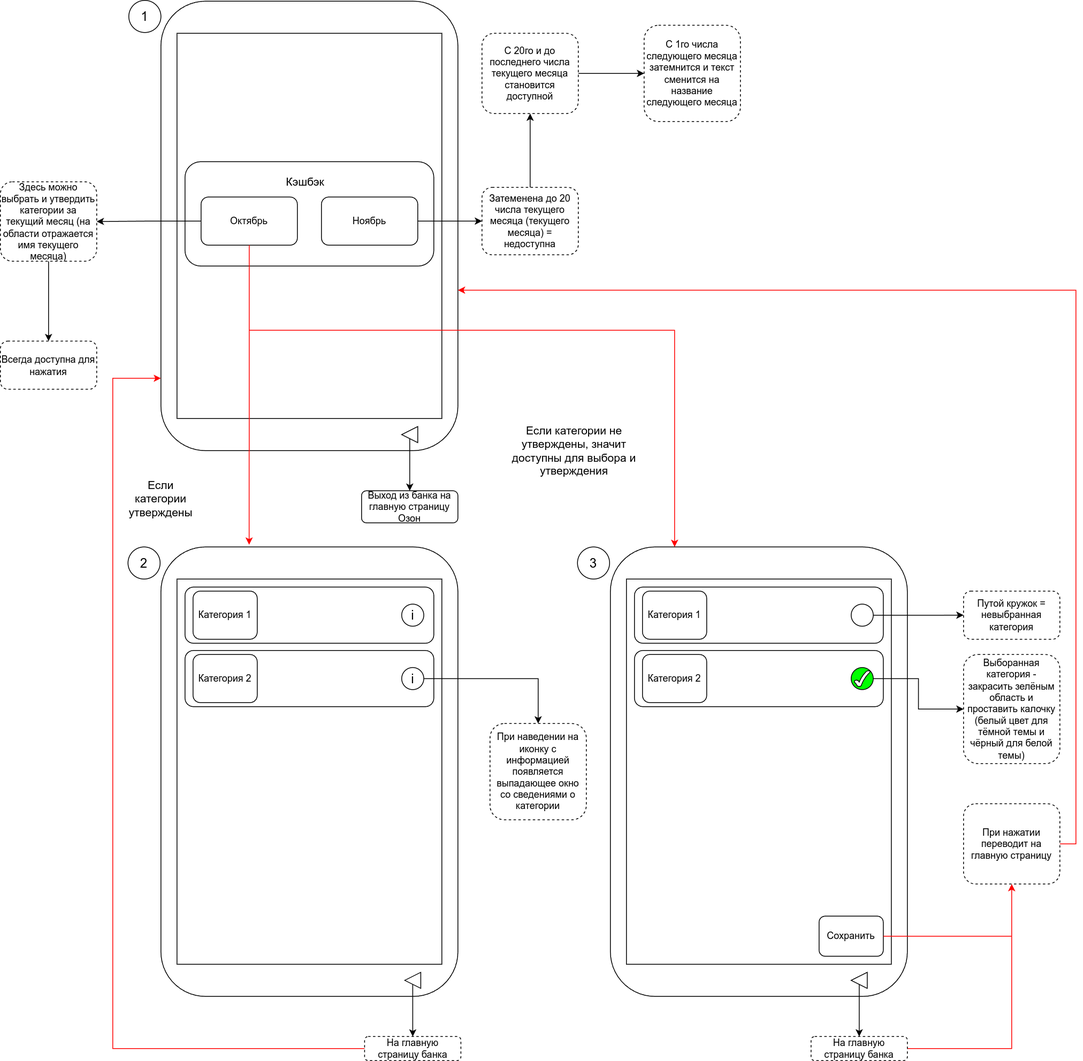
Before: Stanley_Kudrow/ex02/Ozon_next_month_cashback_feature_mobile_app.drawio.png, a diagram exported from draw.io (abdullahproff/BSA21_1). Source tidied: cells renumbered, new cells last; positions are measured from the earlier drawing's top-left corner, leaving out a move shared by most shapes.
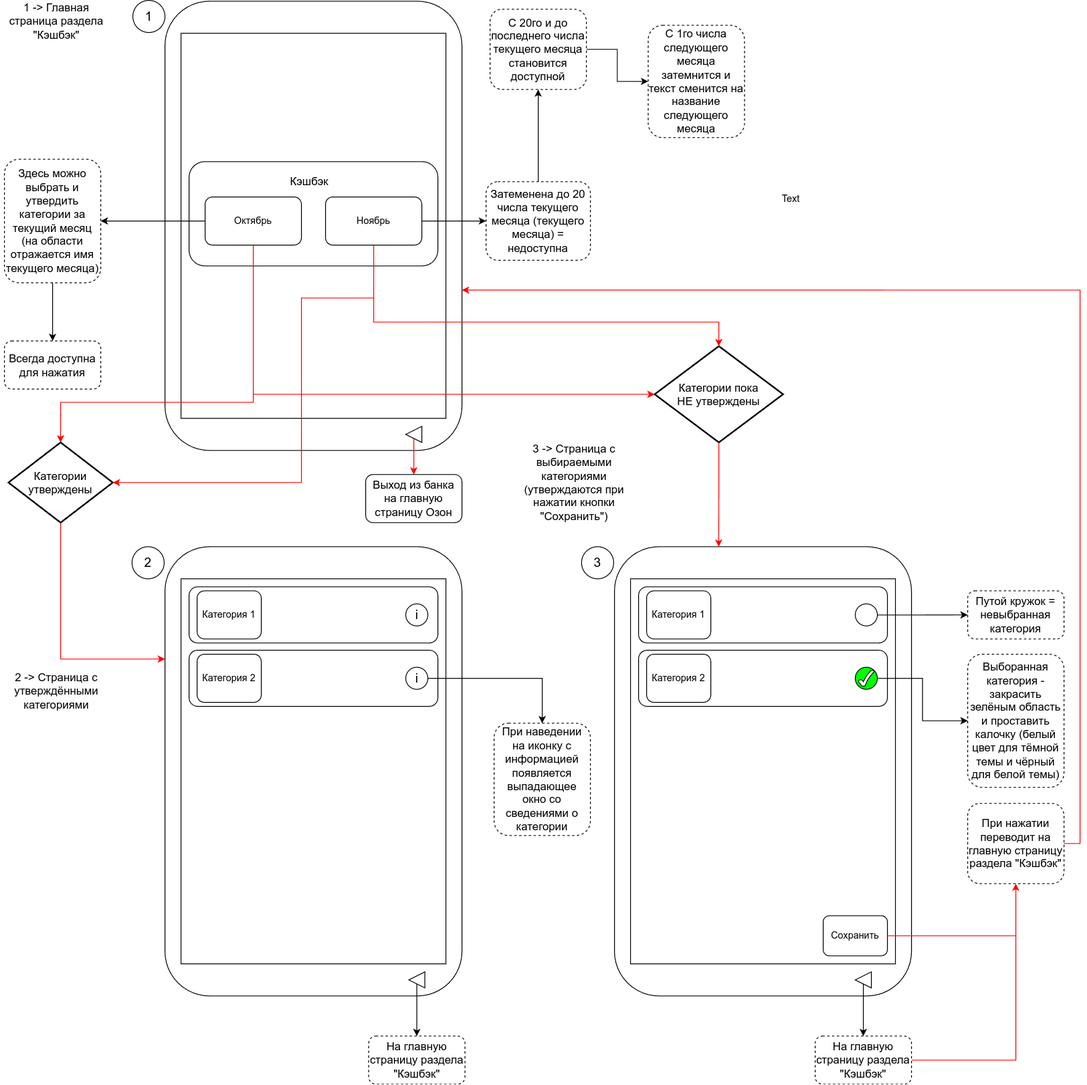
After the commit.

Diff of the diagram source:
```diff
@@ -29,8 +29,8 @@
     <mxCell id="10" style="edgeStyle=orthogonalEdgeStyle;rounded=0;jettySize=auto;html=1;" parent="1" edge="1" source="11" target="26">
       <mxGeometry relative="1" as="geometry" />
     </mxCell>
-    <mxCell id="11" value="Здесь можно выбрать и утвердить категории за текущий месяц (на области отражается имя текущего месяца)" style="rounded=1;whiteSpace=wrap;html=1;dashed=1;" parent="1" vertex="1">
-      <mxGeometry y="226" width="120" height="99" as="geometry" />
+    <mxCell id="11" value="&lt;font style=&quot;font-size: 14px;&quot;&gt;Здесь можно выбрать и утвердить категории за текущий месяц (на области отражается имя текущего месяца)&lt;/font&gt;" style="rounded=1;whiteSpace=wrap;html=1;dashed=1;" parent="1" vertex="1">
+      <mxGeometry y="198" width="120" height="154" as="geometry" />
     </mxCell>
     <mxCell id="12" style="edgeStyle=orthogonalEdgeStyle;rounded=0;jettySize=auto;html=1;" parent="1" edge="1" source="6" target="11">
       <mxGeometry relative="1" as="geometry" />
@@ -38,8 +38,8 @@
     <mxCell id="13" style="edgeStyle=orthogonalEdgeStyle;rounded=0;jettySize=auto;html=1;" parent="1" edge="1" source="14" target="44">
       <mxGeometry relative="1" as="geometry" />
     </mxCell>
-    <mxCell id="14" value="Затеменена до 20 числа текущего месяца (текущего месяца) = недоступна" style="whiteSpace=wrap;html=1;rounded=1;dashed=1;" parent="1" vertex="1">
-      <mxGeometry x="600" y="233" width="120" height="84" as="geometry" />
+    <mxCell id="14" value="&lt;font style=&quot;font-size: 14px;&quot;&gt;Затеменена до 20 числа текущего месяца (текущего месяца) = недоступна&lt;/font&gt;" style="whiteSpace=wrap;html=1;rounded=1;dashed=1;" parent="1" vertex="1">
+      <mxGeometry x="600" y="226" width="130" height="98" as="geometry" />
     </mxCell>
     <mxCell id="15" style="edgeStyle=orthogonalEdgeStyle;rounded=0;jettySize=auto;html=1;" parent="1" edge="1" source="7" target="14">
       <mxGeometry relative="1" as="geometry" />
@@ -74,7 +74,7 @@
     <mxCell id="25" style="triangle;whiteSpace=wrap;html=1;rotation=-180;" parent="16" vertex="1">
       <mxGeometry x="303.8" y="530" width="20" height="20" as="geometry" />
     </mxCell>
-    <mxCell id="26" value="Всегда доступна для нажатия" style="whiteSpace=wrap;html=1;rounded=1;dashed=1;" parent="1" vertex="1">
+    <mxCell id="26" value="&lt;font style=&quot;font-size: 14px;&quot;&gt;Всегда доступна для нажатия&lt;/font&gt;" style="whiteSpace=wrap;html=1;rounded=1;dashed=1;" parent="1" vertex="1">
       <mxGeometry y="424.5" width="120" height="60" as="geometry" />
     </mxCell>
     <mxCell id="27" style="group;" parent="1" vertex="1">
@@ -113,47 +113,28 @@
     <mxCell id="38" style="triangle;whiteSpace=wrap;html=1;rotation=-180;" parent="27" vertex="1">
       <mxGeometry x="300" y="530" width="20" height="20" as="geometry" />
     </mxCell>
-    <mxCell id="39" style="edgeStyle=orthogonalEdgeStyle;rounded=0;jettySize=auto;html=1;exitX=0.5;exitY=1;exitDx=0;exitDy=0;entryX=0.297;entryY=-0.005;entryDx=0;entryDy=0;entryPerimeter=0;strokeColor=#FF0000;" parent="1" edge="1" source="6" target="17">
-      <mxGeometry relative="1" as="geometry" />
-    </mxCell>
-    <mxCell id="40" style="edgeStyle=orthogonalEdgeStyle;rounded=0;jettySize=auto;html=1;strokeColor=#FF0000;" parent="1" edge="1" source="6">
-      <mxGeometry relative="1" as="geometry">
-        <mxPoint x="840" y="681" as="targetPoint" />
-        <Array as="points">
-          <mxPoint x="310" y="411" />
-          <mxPoint x="840" y="411" />
-          <mxPoint x="840" y="681" />
-        </Array>
-      </mxGeometry>
-    </mxCell>
-    <mxCell id="41" value="&lt;font style=&quot;font-size: 14px;&quot;&gt;Если категории утверждены&lt;/font&gt;" style="text;html=1;align=center;verticalAlign=middle;whiteSpace=wrap;rounded=0;" parent="1" vertex="1">
-      <mxGeometry x="160" y="601" width="80" height="40" as="geometry" />
-    </mxCell>
-    <mxCell id="42" value="&lt;font style=&quot;font-size: 14px;&quot;&gt;Если категории не утверждены, значит доступны для выбора и утверждения&lt;/font&gt;" style="text;html=1;align=center;verticalAlign=middle;whiteSpace=wrap;rounded=0;" parent="1" vertex="1">
-      <mxGeometry x="630" y="521" width="170" height="80" as="geometry" />
-    </mxCell>
     <mxCell id="43" style="edgeStyle=orthogonalEdgeStyle;rounded=0;jettySize=auto;html=1;" parent="1" edge="1" source="44" target="45">
       <mxGeometry relative="1" as="geometry" />
     </mxCell>
-    <mxCell id="44" value="С 20го и до последнего числа текущего месяца становится доступной" style="whiteSpace=wrap;html=1;rounded=1;dashed=1;" parent="1" vertex="1">
-      <mxGeometry x="600" y="41" width="120" height="100" as="geometry" />
+    <mxCell id="44" value="&lt;font style=&quot;font-size: 14px;&quot;&gt;С 20го и до последнего числа текущего месяца становится доступной&lt;/font&gt;" style="whiteSpace=wrap;html=1;rounded=1;dashed=1;" parent="1" vertex="1">
+      <mxGeometry x="605" y="11" width="120" height="100" as="geometry" />
     </mxCell>
-    <mxCell id="45" value="С 1го числа следующего месяца затемнится и текст сменится на название следующего месяца" style="whiteSpace=wrap;html=1;rounded=1;dashed=1;" parent="1" vertex="1">
-      <mxGeometry x="802" y="31" width="120" height="120" as="geometry" />
+    <mxCell id="45" value="&lt;font style=&quot;font-size: 14px;&quot;&gt;С 1го числа следующего месяца затемнится и текст сменится на название следующего месяца&lt;/font&gt;" style="whiteSpace=wrap;html=1;rounded=1;dashed=1;" parent="1" vertex="1">
+      <mxGeometry x="802" y="31" width="120" height="140" as="geometry" />
     </mxCell>
-    <mxCell id="46" value="Путой кружок = невыбранная категория" style="rounded=1;whiteSpace=wrap;html=1;dashed=1;" parent="1" vertex="1">
+    <mxCell id="46" value="&lt;font style=&quot;font-size: 14px;&quot;&gt;Путой кружок = невыбранная категория&lt;/font&gt;" style="rounded=1;whiteSpace=wrap;html=1;dashed=1;" parent="1" vertex="1">
       <mxGeometry x="1200" y="736" width="120" height="60" as="geometry" />
     </mxCell>
     <mxCell id="47" style="edgeStyle=orthogonalEdgeStyle;rounded=0;jettySize=auto;html=1;strokeColor=#000000;" parent="1" edge="1" source="32" target="46">
       <mxGeometry relative="1" as="geometry" />
     </mxCell>
-    <mxCell id="48" value="Выборанная категория - закрасить зелёным область и проставить калочку (белый цвет для тёмной темы и чёрный для белой темы)" style="rounded=1;whiteSpace=wrap;html=1;fillColor=#FFFFFF;dashed=1;" parent="1" vertex="1">
-      <mxGeometry x="1200" y="815" width="120" height="136" as="geometry" />
+    <mxCell id="48" value="&lt;font style=&quot;font-size: 14px;&quot;&gt;Выборанная категория - закрасить зелёным область и проставить калочку (белый цвет для тёмной темы и чёрный для белой темы)&lt;/font&gt;" style="rounded=1;whiteSpace=wrap;html=1;fillColor=#FFFFFF;dashed=1;" parent="1" vertex="1">
+      <mxGeometry x="1200" y="815" width="120" height="166" as="geometry" />
     </mxCell>
     <mxCell id="49" style="edgeStyle=orthogonalEdgeStyle;rounded=0;jettySize=auto;html=1;strokeColor=#000000;" parent="1" edge="1" source="35" target="48">
       <mxGeometry relative="1" as="geometry" />
     </mxCell>
-    <mxCell id="50" value="При нажатии переводит на главную страницу" style="rounded=1;whiteSpace=wrap;html=1;dashed=1;" parent="1" vertex="1">
+    <mxCell id="50" value="&lt;font style=&quot;font-size: 14px;&quot;&gt;При нажатии переводит на главную страницу раздела &quot;Кэшбэк&quot;&lt;/font&gt;" style="rounded=1;whiteSpace=wrap;html=1;dashed=1;" parent="1" vertex="1">
       <mxGeometry x="1200" y="1001" width="120" height="100" as="geometry" />
     </mxCell>
     <mxCell id="51" style="edgeStyle=orthogonalEdgeStyle;rounded=0;jettySize=auto;html=1;strokeColor=#FF0000;" parent="1" edge="1" source="36" target="50">
@@ -162,8 +143,8 @@
     <mxCell id="52" value="&lt;font size=&quot;3&quot;&gt;1&lt;/font&gt;" style="ellipse;whiteSpace=wrap;html=1;" parent="1" vertex="1">
       <mxGeometry x="160" width="40" height="40" as="geometry" />
     </mxCell>
-    <mxCell id="53" value="При наведении на иконку с информацией появляется выпадающее окно со сведениями о категории" style="rounded=1;whiteSpace=wrap;html=1;dashed=1;" parent="1" vertex="1">
-      <mxGeometry x="610" y="901" width="120" height="120" as="geometry" />
+    <mxCell id="53" value="&lt;font style=&quot;font-size: 14px;&quot;&gt;При наведении на иконку с информацией появляется выпадающее окно со сведениями о категории&lt;/font&gt;" style="rounded=1;whiteSpace=wrap;html=1;dashed=1;" parent="1" vertex="1">
+      <mxGeometry x="610" y="901" width="120" height="140" as="geometry" />
     </mxCell>
     <mxCell id="54" style="edgeStyle=orthogonalEdgeStyle;rounded=0;jettySize=auto;html=1;strokeColor=#000000;" parent="1" edge="1" source="24" target="53">
       <mxGeometry relative="1" as="geometry" />
@@ -177,14 +158,14 @@
     <mxCell id="57" style="edgeStyle=orthogonalEdgeStyle;rounded=0;jettySize=auto;html=1;exitX=1;exitY=0.5;exitDx=0;exitDy=0;entryX=1;entryY=0.643;entryDx=0;entryDy=0;entryPerimeter=0;strokeColor=#FF0000;" parent="1" edge="1" source="50" target="3">
       <mxGeometry relative="1" as="geometry" />
     </mxCell>
-    <mxCell id="58" value="Выход из банка на главную страницу Озон" style="rounded=1;whiteSpace=wrap;html=1;" parent="1" vertex="1">
-      <mxGeometry x="450" y="611" width="120" height="40" as="geometry" />
+    <mxCell id="58" value="&lt;font style=&quot;font-size: 14px;&quot;&gt;Выход из банка на главную страницу Озон&lt;/font&gt;" style="rounded=1;whiteSpace=wrap;html=1;" parent="1" vertex="1">
+      <mxGeometry x="450" y="591" width="120" height="60" as="geometry" />
     </mxCell>
-    <mxCell id="59" style="edgeStyle=orthogonalEdgeStyle;rounded=0;jettySize=auto;html=1;strokeColor=#000000;" parent="1" edge="1" source="9" target="58">
+    <mxCell id="59" style="edgeStyle=orthogonalEdgeStyle;rounded=0;jettySize=auto;html=1;strokeColor=#FF0000;" parent="1" edge="1" source="9" target="58">
       <mxGeometry relative="1" as="geometry" />
     </mxCell>
-    <mxCell id="60" value="На главную страницу банка" style="rounded=1;whiteSpace=wrap;html=1;dashed=1;" parent="1" vertex="1">
-      <mxGeometry x="453.8" y="1291" width="120" height="30" as="geometry" />
+    <mxCell id="60" value="&lt;font style=&quot;font-size: 14px;&quot;&gt;На главную страницу раздела &quot;Кэшбэк&quot;&lt;/font&gt;" style="rounded=1;whiteSpace=wrap;html=1;dashed=1;" parent="1" vertex="1">
+      <mxGeometry x="453.8" y="1291" width="120" height="60" as="geometry" />
     </mxCell>
     <mxCell id="61" style="edgeStyle=orthogonalEdgeStyle;rounded=0;jettySize=auto;html=1;strokeColor=#000000;" parent="1" edge="1" source="25" target="60">
       <mxGeometry relative="1" as="geometry" />
@@ -192,19 +173,63 @@
     <mxCell id="62" style="edgeStyle=orthogonalEdgeStyle;rounded=0;jettySize=auto;html=1;exitX=1;exitY=0.5;exitDx=0;exitDy=0;entryX=0.5;entryY=1;entryDx=0;entryDy=0;strokeColor=#FF0000;" parent="1" edge="1" source="63" target="50">
       <mxGeometry relative="1" as="geometry" />
     </mxCell>
-    <mxCell id="63" value="На главную страницу банка" style="rounded=1;whiteSpace=wrap;html=1;dashed=1;" parent="1" vertex="1">
-      <mxGeometry x="1010" y="1291" width="120" height="30" as="geometry" />
+    <mxCell id="63" value="&lt;span style=&quot;font-size: 14px;&quot;&gt;На главную страницу раздела &quot;Кэшбэк&quot;&lt;/span&gt;" style="rounded=1;whiteSpace=wrap;html=1;dashed=1;" parent="1" vertex="1">
+      <mxGeometry x="1010" y="1291" width="120" height="60" as="geometry" />
     </mxCell>
     <mxCell id="64" style="edgeStyle=orthogonalEdgeStyle;rounded=0;jettySize=auto;html=1;strokeColor=#000000;" parent="1" edge="1" source="38" target="63">
       <mxGeometry relative="1" as="geometry" />
     </mxCell>
-    <mxCell id="65" style="edgeStyle=orthogonalEdgeStyle;rounded=0;jettySize=auto;html=1;exitX=0;exitY=0.5;exitDx=0;exitDy=0;entryX=0;entryY=0.839;entryDx=0;entryDy=0;entryPerimeter=0;strokeColor=#FF0000;" parent="1" edge="1" source="60" target="3">
-      <mxGeometry relative="1" as="geometry">
-        <Array as="points">
-          <mxPoint x="140" y="1306" />
-          <mxPoint x="140" y="471" />
-        </Array>
-      </mxGeometry>
-    </mxCell>
+    <mxCell id="66" value="Text" style="text;html=1;align=center;verticalAlign=middle;whiteSpace=wrap;rounded=0;" parent="1" vertex="1">
+      <mxGeometry x="950" y="233" width="60" height="30" as="geometry" />
+    </mxCell>
+    <mxCell id="67" value="&lt;font style=&quot;font-size: 14px;&quot;&gt;1 -&amp;gt; Главная страница раздела &quot;Кэшбэк&quot;&lt;/font&gt;" style="text;html=1;align=center;verticalAlign=middle;whiteSpace=wrap;rounded=0;" parent="1" vertex="1">
+      <mxGeometry y="1" width="130" height="50" as="geometry" />
+    </mxCell>
+    <mxCell id="68" value="&lt;span style=&quot;font-size: 14px;&quot;&gt;2 -&amp;gt; Страница с утверждёнными категориями&lt;/span&gt;" style="text;html=1;align=center;verticalAlign=middle;whiteSpace=wrap;rounded=0;" parent="1" vertex="1">
+      <mxGeometry x="-5" y="831" width="140" height="60" as="geometry" />
+    </mxCell>
+    <mxCell id="69" value="&lt;span style=&quot;font-size: 14px;&quot;&gt;3 -&amp;gt; Страница с выбираемыми категориями (утверждаются при нажатии кнопки &quot;Сохранить&quot;)&lt;/span&gt;" style="text;html=1;align=center;verticalAlign=middle;whiteSpace=wrap;rounded=0;" parent="1" vertex="1">
+      <mxGeometry x="640" y="541" width="140" height="120" as="geometry" />
+    </mxCell>
+    <mxCell id="70" style="edgeStyle=orthogonalEdgeStyle;rounded=0;jettySize=auto;html=1;exitX=0.5;exitY=1;exitDx=0;exitDy=0;exitPerimeter=0;entryX=0;entryY=0.25;entryDx=0;entryDy=0;strokeColor=#FF0000;" parent="1" edge="1" source="71" target="17">
+      <mxGeometry relative="1" as="geometry" />
+    </mxCell>
+    <mxCell id="71" value="&lt;font style=&quot;font-size: 14px;&quot;&gt;Категории утверждены&lt;/font&gt;" style="strokeWidth=2;html=1;shape=mxgraph.flowchart.decision;whiteSpace=wrap;" parent="1" vertex="1">
+      <mxGeometry x="5" y="551" width="130" height="100" as="geometry" />
+    </mxCell>
+    <mxCell id="72" style="edgeStyle=orthogonalEdgeStyle;rounded=0;jettySize=auto;html=1;exitX=0.5;exitY=1;exitDx=0;exitDy=0;entryX=0.5;entryY=0;entryDx=0;entryDy=0;entryPerimeter=0;strokeColor=#FF0000;" parent="1" edge="1" source="6" target="71">
+      <mxGeometry relative="1" as="geometry">
+        <Array as="points">
+          <mxPoint x="310" y="501" />
+          <mxPoint x="70" y="501" />
+        </Array>
+      </mxGeometry>
+    </mxCell>
+    <mxCell id="73" style="edgeStyle=orthogonalEdgeStyle;rounded=0;jettySize=auto;html=1;exitX=0.5;exitY=1;exitDx=0;exitDy=0;entryX=1;entryY=0.5;entryDx=0;entryDy=0;entryPerimeter=0;strokeColor=#FF0000;" parent="1" edge="1" source="7" target="71">
+      <mxGeometry relative="1" as="geometry">
+        <Array as="points">
+          <mxPoint x="460" y="371" />
+          <mxPoint x="370" y="371" />
+          <mxPoint x="370" y="601" />
+        </Array>
+      </mxGeometry>
+    </mxCell>
+    <mxCell id="74" value="&lt;font style=&quot;font-size: 14px;&quot;&gt;Категории пока&lt;/font&gt;&lt;div&gt;&lt;font style=&quot;font-size: 14px;&quot;&gt;НЕ утверждены&lt;/font&gt;&lt;/div&gt;" style="strokeWidth=2;html=1;shape=mxgraph.flowchart.decision;whiteSpace=wrap;" parent="1" vertex="1">
+      <mxGeometry x="810" y="431" width="160" height="120" as="geometry" />
+    </mxCell>
+    <mxCell id="75" style="edgeStyle=orthogonalEdgeStyle;rounded=0;jettySize=auto;html=1;exitX=0.5;exitY=1;exitDx=0;exitDy=0;entryX=0.5;entryY=0;entryDx=0;entryDy=0;entryPerimeter=0;strokeColor=#FF0000;" parent="1" edge="1" source="7" target="74">
+      <mxGeometry relative="1" as="geometry">
+        <Array as="points">
+          <mxPoint x="460" y="401" />
+          <mxPoint x="890" y="401" />
+        </Array>
+      </mxGeometry>
+    </mxCell>
+    <mxCell id="76" style="edgeStyle=orthogonalEdgeStyle;rounded=0;jettySize=auto;html=1;exitX=0.5;exitY=1;exitDx=0;exitDy=0;entryX=0;entryY=0.5;entryDx=0;entryDy=0;entryPerimeter=0;strokeColor=#FF0000;" parent="1" edge="1" source="6" target="74">
+      <mxGeometry relative="1" as="geometry" />
+    </mxCell>
+    <mxCell id="77" style="edgeStyle=orthogonalEdgeStyle;rounded=0;jettySize=auto;html=1;exitX=0.5;exitY=1;exitDx=0;exitDy=0;exitPerimeter=0;entryX=0.351;entryY=0;entryDx=0;entryDy=0;entryPerimeter=0;strokeColor=#FF0000;" parent="1" edge="1" source="74" target="28">
+      <mxGeometry relative="1" as="geometry" />
+    </mxCell>
   </root>
 </mxGraphModel>
```
